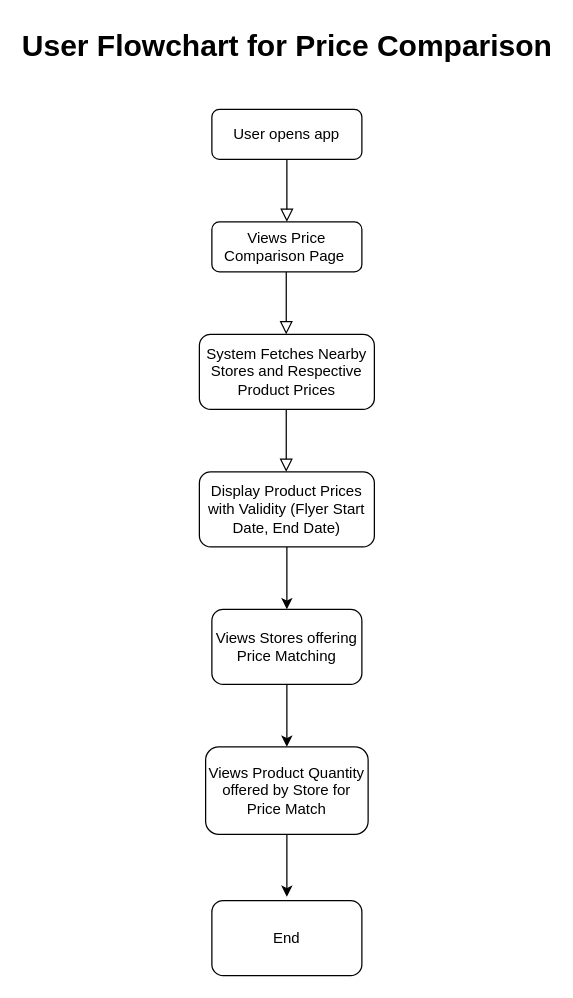
This is Flowcahrt/dev_price_comparison_flowchart.drawio from VatsSanghvi/Big-Data-Project, a draw.io file, before an edit. Source tidied: cells renumbered, new cells numbered last; positions are measured from the earlier drawing's top-left corner, leaving out a move shared by most shapes. Both pictures are drawn from the tidied source at 125%, with x=0, y=0 at pixel (199, 21).
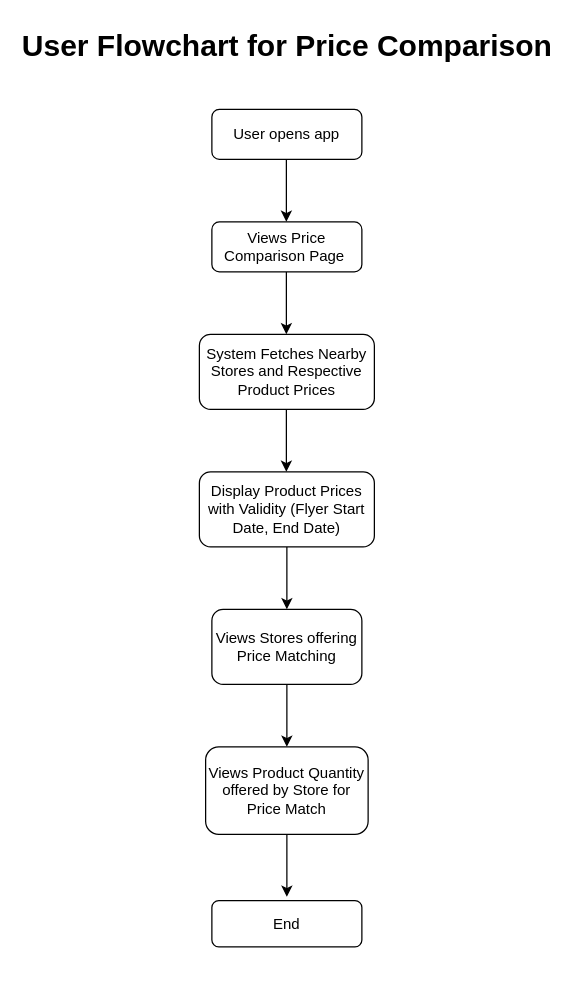
After the change.

Unchanged cells that the change refers to:
```xml
<mxCell id="3" value="User opens app" style="rounded=1;whiteSpace=wrap;html=1;fontSize=12;glass=0;strokeWidth=1;shadow=0;" parent="1" vertex="1">
  <mxGeometry x="10" y="70" width="120" height="40" as="geometry" />
</mxCell>
```

What changed in the source:
```diff
@@
-    <mxCell id="2" style="rounded=0;html=1;jettySize=auto;fontSize=11;endArrow=block;endFill=0;endSize=8;strokeWidth=1;shadow=0;labelBackgroundColor=none;edgeStyle=orthogonalEdgeStyle;" parent="1" edge="1" source="3">
-      <mxGeometry relative="1" as="geometry">
-        <mxPoint x="70" y="160" as="targetPoint" />
-      </mxGeometry>
-    </mxCell>
@@
-    <mxCell id="9" style="rounded=0;html=1;jettySize=auto;orthogonalLoop=1;fontSize=11;endArrow=block;endFill=0;endSize=8;strokeWidth=1;shadow=0;labelBackgroundColor=none;edgeStyle=orthogonalEdgeStyle;" parent="1" edge="1">
-      <mxGeometry relative="1" as="geometry">
-        <mxPoint x="69.5" y="200" as="sourcePoint" />
-        <mxPoint x="69.5" y="250" as="targetPoint" />
-      </mxGeometry>
-    </mxCell>
-    <mxCell id="10" style="rounded=0;html=1;jettySize=auto;orthogonalLoop=1;fontSize=11;endArrow=block;endFill=0;endSize=8;strokeWidth=1;shadow=0;labelBackgroundColor=none;edgeStyle=orthogonalEdgeStyle;" parent="1" edge="1">
-      <mxGeometry relative="1" as="geometry">
-        <mxPoint x="69.5" y="310" as="sourcePoint" />
-        <mxPoint x="69.5" y="360" as="targetPoint" />
-      </mxGeometry>
-    </mxCell>
@@
     <mxCell id="15" value="End" style="whiteSpace=wrap;html=1;rounded=1;glass=0;strokeWidth=1;shadow=0;" parent="1" vertex="1">
-      <mxGeometry x="10" y="703" width="120" height="60" as="geometry" />
+      <mxGeometry x="10" y="703" width="120" height="37" as="geometry" />
     </mxCell>
+    <mxCell id="16" style="edgeStyle=orthogonalEdgeStyle;rounded=0;orthogonalLoop=1;jettySize=auto;html=1;" parent="1" edge="1">
+      <mxGeometry relative="1" as="geometry">
+        <mxPoint x="69.6" y="310" as="sourcePoint" />
+        <mxPoint x="69.6" y="360" as="targetPoint" />
+      </mxGeometry>
+    </mxCell>
+    <mxCell id="17" style="edgeStyle=orthogonalEdgeStyle;rounded=0;orthogonalLoop=1;jettySize=auto;html=1;" parent="1" edge="1">
+      <mxGeometry relative="1" as="geometry">
+        <mxPoint x="69.6" y="200" as="sourcePoint" />
+        <mxPoint x="69.6" y="250" as="targetPoint" />
+      </mxGeometry>
+    </mxCell>
+    <mxCell id="18" style="edgeStyle=orthogonalEdgeStyle;rounded=0;orthogonalLoop=1;jettySize=auto;html=1;" parent="1" edge="1">
+      <mxGeometry relative="1" as="geometry">
+        <mxPoint x="69.6" y="110" as="sourcePoint" />
+        <mxPoint x="69.6" y="160" as="targetPoint" />
+      </mxGeometry>
+    </mxCell>
```
